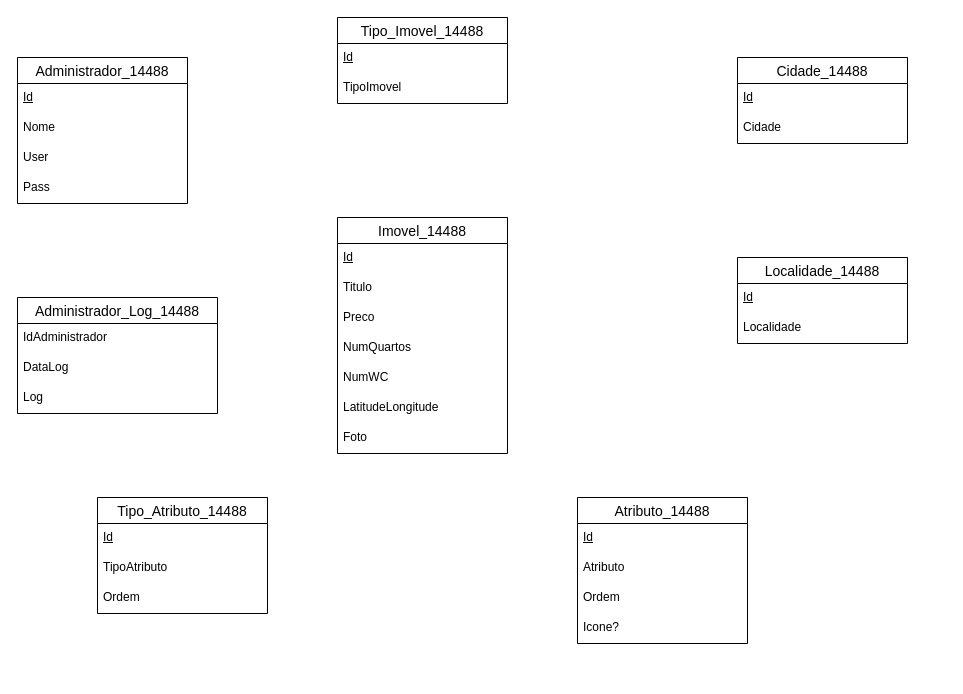
Earlier version of the draw.io diagram 2P-PROG-UFCD-0811-TRABALHO1-14488.drawio (VascoMatos/diagramas). Source tidied: cells renumbered, new cells numbered last; positions are measured from the earlier drawing's top-left corner, leaving out a move shared by most shapes. Both pictures are drawn from the tidied source at 100%, with x=0, y=0 at pixel (17, 17).
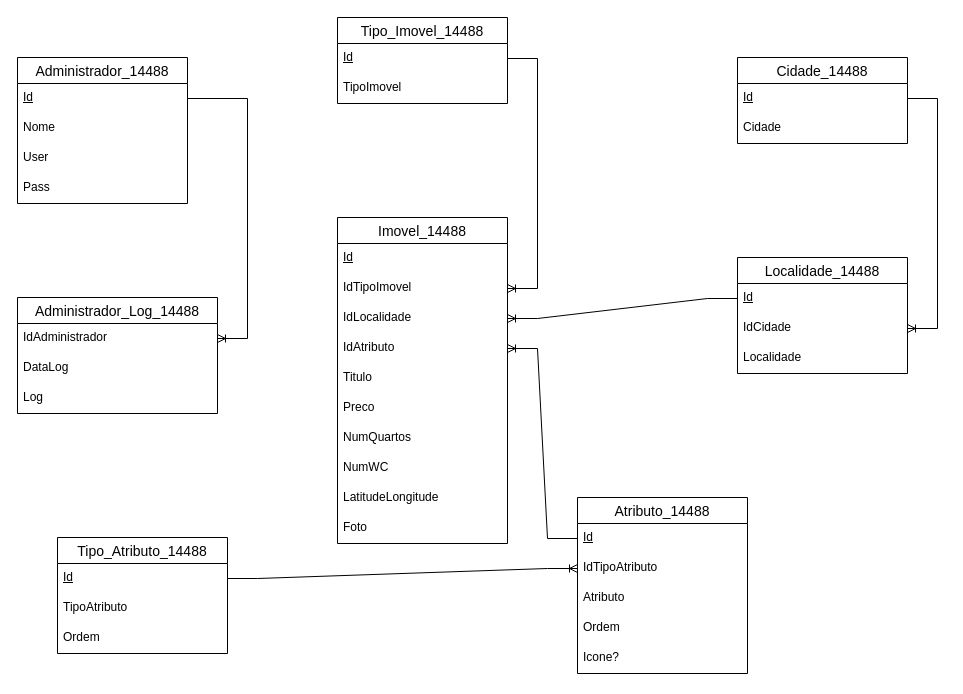
The same page after the edit.

Unchanged cells that the change refers to:
```xml
<mxCell id="3" value="&lt;u&gt;Id&lt;/u&gt;" style="text;strokeColor=none;fillColor=none;spacingLeft=4;spacingRight=4;overflow=hidden;points=[[0,0.5],[1,0.5]];portConstraint=eastwest;fontSize=12;whiteSpace=wrap;html=1;" parent="2" vertex="1">
  <mxGeometry y="26" width="170" height="30" as="geometry" />
</mxCell>
<mxCell id="8" value="IdAdministrador" style="text;strokeColor=none;fillColor=none;spacingLeft=4;spacingRight=4;overflow=hidden;points=[[0,0.5],[1,0.5]];portConstraint=eastwest;fontSize=12;whiteSpace=wrap;html=1;" parent="7" vertex="1">
  <mxGeometry y="26" width="200" height="30" as="geometry" />
</mxCell>
<mxCell id="12" value="&lt;u&gt;Id&lt;/u&gt;" style="text;strokeColor=none;fillColor=none;spacingLeft=4;spacingRight=4;overflow=hidden;points=[[0,0.5],[1,0.5]];portConstraint=eastwest;fontSize=12;whiteSpace=wrap;html=1;" parent="11" vertex="1">
  <mxGeometry y="26" width="170" height="30" as="geometry" />
</mxCell>
<mxCell id="15" value="&lt;u&gt;Id&lt;/u&gt;" style="text;strokeColor=none;fillColor=none;spacingLeft=4;spacingRight=4;overflow=hidden;points=[[0,0.5],[1,0.5]];portConstraint=eastwest;fontSize=12;whiteSpace=wrap;html=1;" parent="14" vertex="1">
  <mxGeometry y="26" width="170" height="30" as="geometry" />
</mxCell>
<mxCell id="19" value="&lt;u&gt;Id&lt;/u&gt;" style="text;strokeColor=none;fillColor=none;spacingLeft=4;spacingRight=4;overflow=hidden;points=[[0,0.5],[1,0.5]];portConstraint=eastwest;fontSize=12;whiteSpace=wrap;html=1;" parent="18" vertex="1">
  <mxGeometry y="26" width="170" height="30" as="geometry" />
</mxCell>
<mxCell id="24" value="&lt;u&gt;Id&lt;/u&gt;" style="text;strokeColor=none;fillColor=none;spacingLeft=4;spacingRight=4;overflow=hidden;points=[[0,0.5],[1,0.5]];portConstraint=eastwest;fontSize=12;whiteSpace=wrap;html=1;" parent="23" vertex="1">
  <mxGeometry y="26" width="170" height="30" as="geometry" />
</mxCell>
<mxCell id="27" value="&lt;u&gt;Id&lt;/u&gt;" style="text;strokeColor=none;fillColor=none;spacingLeft=4;spacingRight=4;overflow=hidden;points=[[0,0.5],[1,0.5]];portConstraint=eastwest;fontSize=12;whiteSpace=wrap;html=1;" parent="26" vertex="1">
  <mxGeometry y="26" width="170" height="30" as="geometry" />
</mxCell>
```

What changed in the source:
```diff
@@
     <mxCell id="14" value="Tipo_Atributo_14488" style="swimlane;fontStyle=0;horizontal=1;startSize=26;align=center;fontSize=14;" parent="1" vertex="1">
-      <mxGeometry x="80" y="480" width="170" height="116" as="geometry" />
+      <mxGeometry x="40" y="520" width="170" height="116" as="geometry" />
     </mxCell>
@@
     <mxCell id="18" value="Atributo_14488" style="swimlane;fontStyle=0;horizontal=1;startSize=26;align=center;fontSize=14;" parent="1" vertex="1">
-      <mxGeometry x="560" y="480" width="170" height="146" as="geometry" />
+      <mxGeometry x="560" y="480" width="170" height="176" as="geometry" />
     </mxCell>
@@
+    <mxCell id="37" value="IdTipoAtributo" style="text;strokeColor=none;fillColor=none;spacingLeft=4;spacingRight=4;overflow=hidden;points=[[0,0.5],[1,0.5]];portConstraint=eastwest;fontSize=12;whiteSpace=wrap;html=1;" parent="18" vertex="1">
+      <mxGeometry y="56" width="170" height="30" as="geometry" />
+    </mxCell>
     <mxCell id="20" value="Atributo" style="text;strokeColor=none;fillColor=none;spacingLeft=4;spacingRight=4;overflow=hidden;fontSize=12;whiteSpace=wrap;html=1;" parent="18" vertex="1">
-      <mxGeometry y="56" width="170" height="30" as="geometry" />
+      <mxGeometry y="86" width="170" height="30" as="geometry" />
     </mxCell>
     <mxCell id="21" value="Ordem" style="text;strokeColor=none;fillColor=none;spacingLeft=4;spacingRight=4;overflow=hidden;fontSize=12;whiteSpace=wrap;html=1;" parent="18" vertex="1">
-      <mxGeometry y="86" width="170" height="30" as="geometry" />
+      <mxGeometry y="116" width="170" height="30" as="geometry" />
     </mxCell>
     <mxCell id="22" value="Icone?" style="text;strokeColor=none;fillColor=none;spacingLeft=4;spacingRight=4;overflow=hidden;fontSize=12;whiteSpace=wrap;html=1;" parent="18" vertex="1">
-      <mxGeometry y="116" width="170" height="30" as="geometry" />
+      <mxGeometry y="146" width="170" height="30" as="geometry" />
     </mxCell>
     <mxCell id="23" value="Localidade_14488" style="swimlane;fontStyle=0;horizontal=1;startSize=26;align=center;fontSize=14;" parent="1" vertex="1">
-      <mxGeometry x="720" y="240" width="170" height="86" as="geometry" />
+      <mxGeometry x="720" y="240" width="170" height="116" as="geometry" />
     </mxCell>
@@
+    <mxCell id="38" value="IdCidade" style="text;strokeColor=none;fillColor=none;spacingLeft=4;spacingRight=4;overflow=hidden;points=[[0,0.5],[1,0.5]];portConstraint=eastwest;fontSize=12;whiteSpace=wrap;html=1;" parent="23" vertex="1">
+      <mxGeometry y="56" width="170" height="30" as="geometry" />
+    </mxCell>
     <mxCell id="25" value="Localidade" style="text;strokeColor=none;fillColor=none;spacingLeft=4;spacingRight=4;overflow=hidden;fontSize=12;whiteSpace=wrap;html=1;" parent="23" vertex="1">
-      <mxGeometry y="56" width="170" height="30" as="geometry" />
+      <mxGeometry y="86" width="170" height="30" as="geometry" />
     </mxCell>
@@
     <mxCell id="29" value="Imovel_14488" style="swimlane;fontStyle=0;horizontal=1;startSize=26;align=center;fontSize=14;" parent="1" vertex="1">
-      <mxGeometry x="320" y="200" width="170" height="236" as="geometry" />
+      <mxGeometry x="320" y="200" width="170" height="326" as="geometry" />
     </mxCell>
@@
+    <mxCell id="39" value="IdTipoImovel" style="text;strokeColor=none;fillColor=none;spacingLeft=4;spacingRight=4;overflow=hidden;points=[[0,0.5],[1,0.5]];portConstraint=eastwest;fontSize=12;whiteSpace=wrap;html=1;" parent="29" vertex="1">
+      <mxGeometry y="56" width="170" height="30" as="geometry" />
+    </mxCell>
+    <mxCell id="40" value="IdLocalidade" style="text;strokeColor=none;fillColor=none;spacingLeft=4;spacingRight=4;overflow=hidden;points=[[0,0.5],[1,0.5]];portConstraint=eastwest;fontSize=12;whiteSpace=wrap;html=1;" parent="29" vertex="1">
+      <mxGeometry y="86" width="170" height="30" as="geometry" />
+    </mxCell>
+    <mxCell id="41" value="IdAtributo" style="text;strokeColor=none;fillColor=none;spacingLeft=4;spacingRight=4;overflow=hidden;points=[[0,0.5],[1,0.5]];portConstraint=eastwest;fontSize=12;whiteSpace=wrap;html=1;" parent="29" vertex="1">
+      <mxGeometry y="116" width="170" height="30" as="geometry" />
+    </mxCell>
     <mxCell id="31" value="Titulo" style="text;strokeColor=none;fillColor=none;spacingLeft=4;spacingRight=4;overflow=hidden;fontSize=12;whiteSpace=wrap;html=1;" parent="29" vertex="1">
-      <mxGeometry y="56" width="170" height="30" as="geometry" />
+      <mxGeometry y="146" width="170" height="30" as="geometry" />
     </mxCell>
     <mxCell id="32" value="Preco" style="text;strokeColor=none;fillColor=none;spacingLeft=4;spacingRight=4;overflow=hidden;fontSize=12;whiteSpace=wrap;html=1;" parent="29" vertex="1">
-      <mxGeometry y="86" width="170" height="30" as="geometry" />
+      <mxGeometry y="176" width="170" height="30" as="geometry" />
     </mxCell>
     <mxCell id="33" value="NumQuartos" style="text;strokeColor=none;fillColor=none;spacingLeft=4;spacingRight=4;overflow=hidden;fontSize=12;whiteSpace=wrap;html=1;" parent="29" vertex="1">
-      <mxGeometry y="116" width="170" height="30" as="geometry" />
+      <mxGeometry y="206" width="170" height="30" as="geometry" />
     </mxCell>
     <mxCell id="34" value="NumWC" style="text;strokeColor=none;fillColor=none;spacingLeft=4;spacingRight=4;overflow=hidden;fontSize=12;whiteSpace=wrap;html=1;" parent="29" vertex="1">
-      <mxGeometry y="146" width="170" height="30" as="geometry" />
+      <mxGeometry y="236" width="170" height="30" as="geometry" />
     </mxCell>
     <mxCell id="35" value="LatitudeLongitude" style="text;strokeColor=none;fillColor=none;spacingLeft=4;spacingRight=4;overflow=hidden;fontSize=12;whiteSpace=wrap;html=1;" parent="29" vertex="1">
-      <mxGeometry y="176" width="170" height="30" as="geometry" />
+      <mxGeometry y="266" width="170" height="30" as="geometry" />
     </mxCell>
     <mxCell id="36" value="Foto" style="text;strokeColor=none;fillColor=none;spacingLeft=4;spacingRight=4;overflow=hidden;fontSize=12;whiteSpace=wrap;html=1;" parent="29" vertex="1">
-      <mxGeometry y="206" width="170" height="30" as="geometry" />
+      <mxGeometry y="296" width="170" height="30" as="geometry" />
     </mxCell>
+    <mxCell id="42" style="edgeStyle=entityRelationEdgeStyle;fontSize=12;html=1;endArrow=ERoneToMany;rounded=0;" parent="1" edge="1" source="3" target="8">
+      <mxGeometry relative="1" as="geometry" />
+    </mxCell>
+    <mxCell id="43" style="edgeStyle=entityRelationEdgeStyle;fontSize=12;html=1;endArrow=ERoneToMany;rounded=0;" parent="1" edge="1" source="27" target="38">
+      <mxGeometry relative="1" as="geometry" />
+    </mxCell>
+    <mxCell id="44" style="edgeStyle=entityRelationEdgeStyle;fontSize=12;html=1;endArrow=ERoneToMany;rounded=0;" parent="1" edge="1" source="15" target="37">
+      <mxGeometry relative="1" as="geometry" />
+    </mxCell>
+    <mxCell id="45" style="edgeStyle=entityRelationEdgeStyle;fontSize=12;html=1;endArrow=ERoneToMany;rounded=0;" parent="1" edge="1" source="12" target="39">
+      <mxGeometry relative="1" as="geometry" />
+    </mxCell>
+    <mxCell id="46" style="edgeStyle=entityRelationEdgeStyle;fontSize=12;html=1;endArrow=ERoneToMany;rounded=0;" parent="1" edge="1" source="24" target="40">
+      <mxGeometry relative="1" as="geometry" />
+    </mxCell>
+    <mxCell id="47" style="edgeStyle=entityRelationEdgeStyle;fontSize=12;html=1;endArrow=ERoneToMany;rounded=0;" parent="1" edge="1" source="19" target="41">
+      <mxGeometry relative="1" as="geometry" />
+    </mxCell>
```
